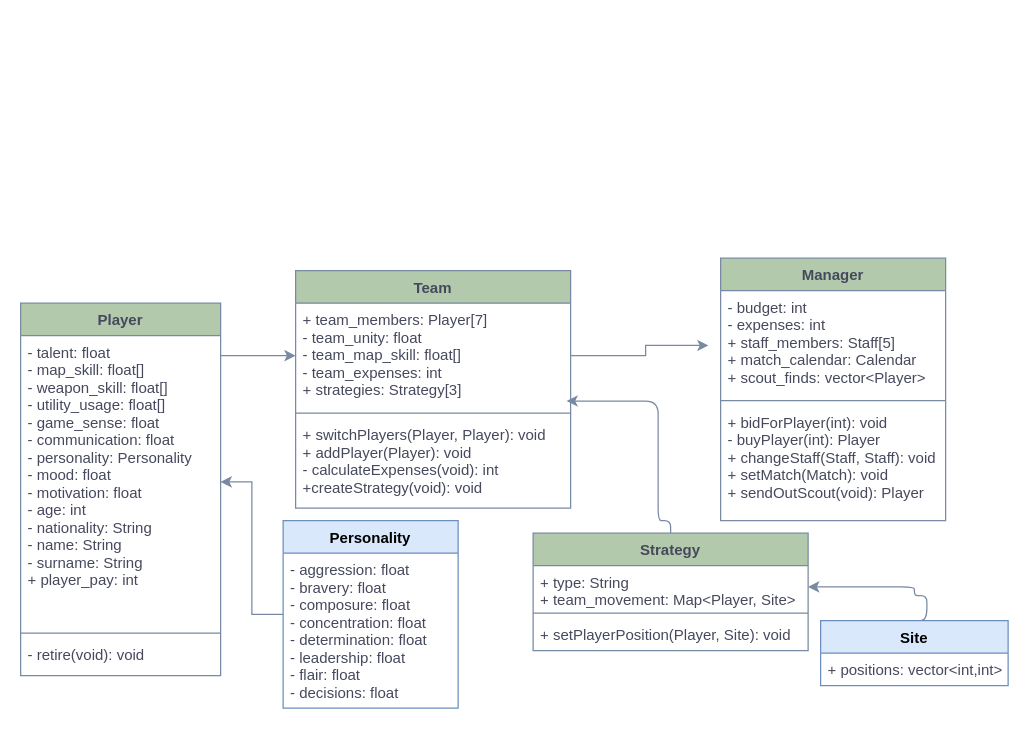
Above: fps_manager_uml.drawio in damiapp/FPS_Manager (draw.io), before the change. Source tidied: cells renumbered, new cells numbered last; positions are measured from the earlier drawing's top-left corner, leaving out a move shared by most shapes. Both pictures are drawn from the tidied source at 125%, with x=0, y=0 at pixel (20, 258).
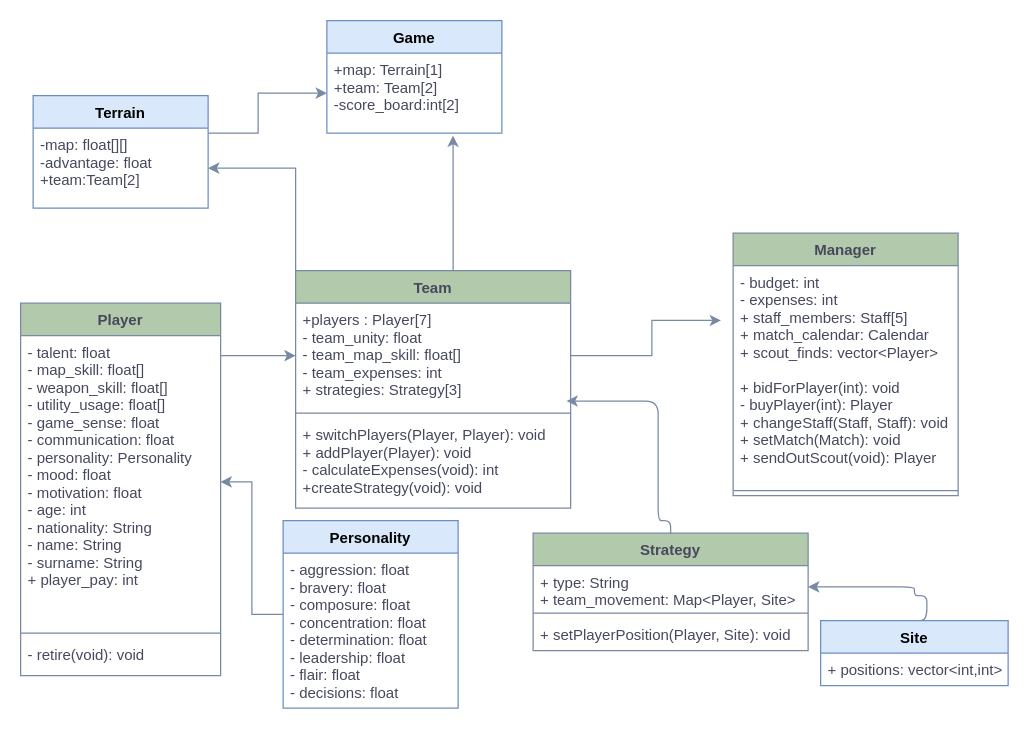
The same page after the edit.

The change refers to these unchanged cells:
```xml
<mxCell id="2" value="Team" style="swimlane;fontStyle=1;align=center;verticalAlign=top;horizontal=1;startSize=26;fillColor=#B2C9AB;strokeColor=#788AA3;fontColor=#46495D;" parent="1" vertex="1">
  <mxGeometry x="220" y="10" width="220" height="190" as="geometry" />
</mxCell>
```

Change to the diagram source:
```diff
@@
-    <mxCell id="3" value="+ team_members: Player[7]&#10;- team_unity: float&#10;- team_map_skill: float[]&#10;- team_expenses: int&#10;+ strategies: Strategy[3]&#10;" style="text;strokeColor=none;fillColor=none;align=left;verticalAlign=top;spacingLeft=4;spacingRight=4;overflow=hidden;points=[[0,0.5],[1,0.5]];portConstraint=eastwest;fontColor=#46495D;" parent="2" vertex="1">
+    <mxCell id="3" value="+players : Player[7]&#10;- team_unity: float&#10;- team_map_skill: float[]&#10;- team_expenses: int&#10;+ strategies: Strategy[3]&#10;" style="text;strokeColor=none;fillColor=none;align=left;verticalAlign=top;spacingLeft=4;spacingRight=4;overflow=hidden;points=[[0,0.5],[1,0.5]];portConstraint=eastwest;fontColor=#46495D;" parent="2" vertex="1">
       <mxGeometry y="26" width="220" height="84" as="geometry" />
     </mxCell>
@@
     <mxCell id="14" value="Manager" style="swimlane;fontStyle=1;align=center;verticalAlign=top;horizontal=1;startSize=26;fillColor=#B2C9AB;strokeColor=#788AA3;fontColor=#46495D;" parent="1" vertex="1">
-      <mxGeometry x="560" width="180" height="210" as="geometry" />
+      <mxGeometry x="570" y="-20" width="180" height="210" as="geometry" />
     </mxCell>
@@
+    <mxCell id="17" value="+ bidForPlayer(int): void&#10;- buyPlayer(int): Player&#10;+ changeStaff(Staff, Staff): void&#10;+ setMatch(Match): void&#10;+ sendOutScout(void): Player" style="text;strokeColor=none;fillColor=none;align=left;verticalAlign=top;spacingLeft=4;spacingRight=4;overflow=hidden;fontColor=#46495D;" parent="14" vertex="1">
+      <mxGeometry y="110" width="180" height="92" as="geometry" />
+    </mxCell>
     <mxCell id="16" style="line;strokeWidth=1;fillColor=none;align=left;verticalAlign=middle;spacingTop=-1;spacingLeft=3;spacingRight=3;labelPosition=right;strokeColor=#788AA3;fontColor=#46495D;" parent="14" vertex="1">
-      <mxGeometry y="110" width="180" height="8" as="geometry" />
+      <mxGeometry y="202" width="180" height="8" as="geometry" />
     </mxCell>
-    <mxCell id="17" value="+ bidForPlayer(int): void&#10;- buyPlayer(int): Player&#10;+ changeStaff(Staff, Staff): void&#10;+ setMatch(Match): void&#10;+ sendOutScout(void): Player" style="text;strokeColor=none;fillColor=none;align=left;verticalAlign=top;spacingLeft=4;spacingRight=4;overflow=hidden;fontColor=#46495D;" parent="14" vertex="1">
-      <mxGeometry y="118" width="180" height="92" as="geometry" />
-    </mxCell>
@@
+    <mxCell id="27" value="Terrain" style="swimlane;fontStyle=1;horizontal=1;startSize=26;fillColor=#dae8fc;strokeColor=#6c8ebf;" parent="1" vertex="1">
+      <mxGeometry x="10" y="-130" width="140" height="90" as="geometry" />
+    </mxCell>
+    <mxCell id="28" value="-map: float[][]&#10;-advantage: float&#10;+team:Team[2]" style="text;strokeColor=none;fillColor=none;align=left;verticalAlign=top;spacingLeft=4;spacingRight=4;overflow=hidden;points=[[0,0.5],[1,0.5]];portConstraint=eastwest;fontColor=#46495D;" parent="27" vertex="1">
+      <mxGeometry y="26" width="140" height="64" as="geometry" />
+    </mxCell>
+    <mxCell id="29" value="Game" style="swimlane;fontStyle=1;horizontal=1;startSize=26;fillColor=#dae8fc;strokeColor=#6c8ebf;" parent="1" vertex="1">
+      <mxGeometry x="245" y="-190" width="140" height="90" as="geometry" />
+    </mxCell>
+    <mxCell id="30" value="+map: Terrain[1]&#10;+team: Team[2]&#10;-score_board:int[2]" style="text;strokeColor=none;fillColor=none;align=left;verticalAlign=top;spacingLeft=4;spacingRight=4;overflow=hidden;points=[[0,0.5],[1,0.5]];portConstraint=eastwest;fontColor=#46495D;" parent="29" vertex="1">
+      <mxGeometry y="26" width="140" height="64" as="geometry" />
+    </mxCell>
+    <mxCell id="31" style="edgeStyle=orthogonalEdgeStyle;rounded=0;jettySize=auto;html=1;strokeColor=#788AA3;fontColor=#46495D;entryX=0.721;entryY=1.031;entryDx=0;entryDy=0;entryPerimeter=0;" parent="1" edge="1" source="2" target="30">
+      <mxGeometry relative="1" as="geometry">
+        <Array as="points">
+          <mxPoint x="346" y="-40" />
+          <mxPoint x="346" y="-40" />
+        </Array>
+      </mxGeometry>
+    </mxCell>
+    <mxCell id="32" style="edgeStyle=orthogonalEdgeStyle;rounded=0;jettySize=auto;html=1;strokeColor=#788AA3;fontColor=#46495D;" parent="1" edge="1" source="2" target="28">
+      <mxGeometry relative="1" as="geometry">
+        <Array as="points">
+          <mxPoint x="220" y="-72" />
+        </Array>
+      </mxGeometry>
+    </mxCell>
+    <mxCell id="33" style="edgeStyle=orthogonalEdgeStyle;rounded=0;jettySize=auto;html=1;strokeColor=#788AA3;fontColor=#46495D;entryX=0;entryY=0.5;entryDx=0;entryDy=0;" parent="1" edge="1" source="28" target="30">
+      <mxGeometry relative="1" as="geometry">
+        <Array as="points">
+          <mxPoint x="190" y="-100" />
+          <mxPoint x="190" y="-132" />
+        </Array>
+      </mxGeometry>
+    </mxCell>
```
